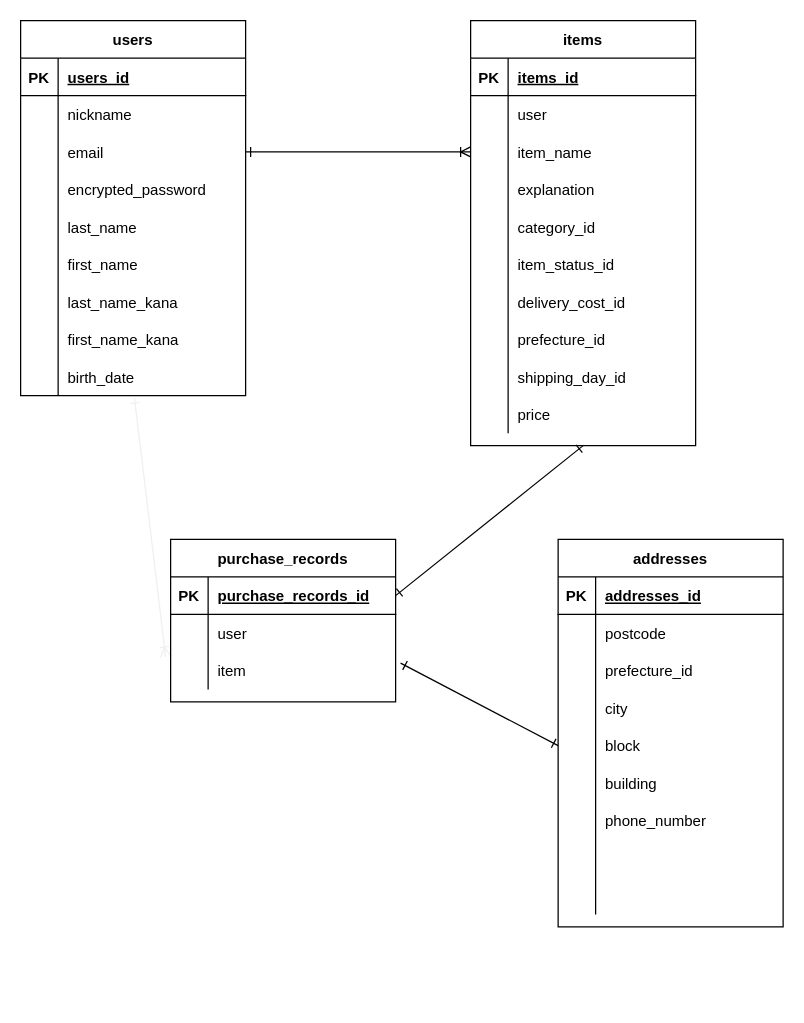
The draw.io diagram db/test.dio in yuka2875/furima-36473, before the edit. Source tidied: cells renumbered, new cells numbered last; positions are measured from the earlier drawing's top-left corner, leaving out a move shared by most shapes. Both pictures are drawn from the tidied source at 125%, with x=0, y=0 at pixel (20, 20).
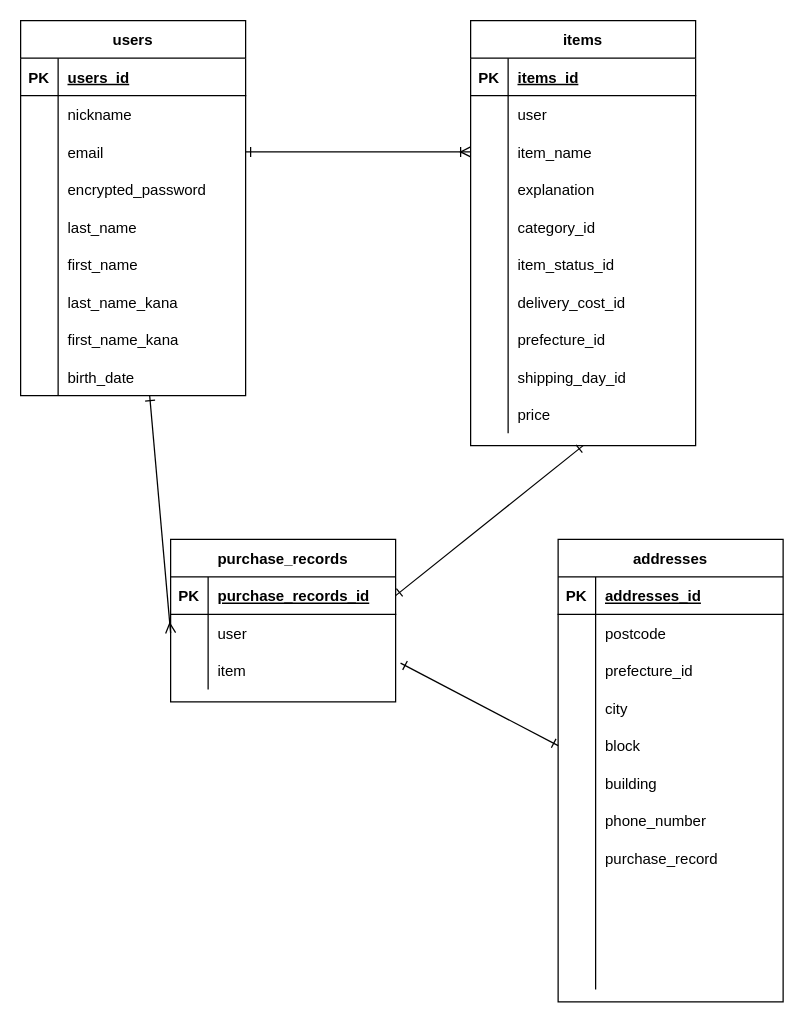
The same page after the edit.

Unchanged cells that the change refers to:
```xml
<mxCell id="3" value="users" style="shape=table;startSize=30;childLayout=tableLayout;rowLines=0;fontStyle=1;align=center;" parent="1" vertex="1">
  <mxGeometry width="180" height="300" as="geometry" />
</mxCell>
<mxCell id="28" style="shape=partialRectangle;fillColor=none;top=0;left=0;bottom=0;right=0;points=[[0,0.5],[1,0.5]];portConstraint=eastwest;" parent="3" vertex="1">
  <mxGeometry y="270" width="180" height="30" as="geometry" />
</mxCell>
<mxCell id="66" style="shape=partialRectangle;fillColor=none;top=0;left=0;bottom=0;right=0;points=[[0,0.5],[1,0.5]];portConstraint=eastwest;" parent="62" vertex="1">
  <mxGeometry y="60" width="180" height="30" as="geometry" />
</mxCell>
<mxCell id="69" style="shape=partialRectangle;fillColor=none;top=0;left=0;bottom=0;right=0;points=[[0,0.5],[1,0.5]];portConstraint=eastwest;" parent="62" vertex="1">
  <mxGeometry y="90" width="180" height="30" as="geometry" />
</mxCell>
```

What changed in the source:
```diff
@@
-    <mxCell id="2" style="edgeStyle=none;html=1;entryX=-0.022;entryY=0.133;entryDx=0;entryDy=0;strokeColor=#f0f0f0;endArrow=ERoneToMany;endFill=0;exitX=0.506;exitY=1.067;exitDx=0;exitDy=0;exitPerimeter=0;startArrow=ERone;startFill=0;entryPerimeter=0;" parent="1" edge="1" source="28" target="69">
-      <mxGeometry relative="1" as="geometry" />
-    </mxCell>
+    <mxCell id="103" style="edgeStyle=none;html=1;entryX=0;entryY=0.5;entryDx=0;entryDy=0;startArrow=ERone;startFill=0;endArrow=ERmany;endFill=0;labelBorderColor=none;" parent="1" edge="1" source="3" target="66">
+      <mxGeometry relative="1" as="geometry" />
+    </mxCell>
@@
     <mxCell id="74" value="addresses" style="shape=table;startSize=30;childLayout=tableLayout;rowLines=0;fontStyle=1;align=center;" parent="1" vertex="1">
-      <mxGeometry x="430" y="415" width="180" height="310" as="geometry" />
+      <mxGeometry x="430" y="415" width="180" height="370" as="geometry" />
     </mxCell>
@@
+    <mxCell id="104" style="shape=partialRectangle;fillColor=none;top=0;left=0;bottom=0;right=0;" parent="74" vertex="1">
+      <mxGeometry y="240" width="180" height="30" as="geometry" />
+    </mxCell>
+    <mxCell id="105" style="shape=partialRectangle;fillColor=none;top=0;left=0;bottom=0;right=0;overflow=hidden;" parent="104" vertex="1">
+      <mxGeometry width="30" height="30" as="geometry" />
+    </mxCell>
+    <mxCell id="106" value="purchase_record" style="shape=partialRectangle;fillColor=none;top=0;left=0;bottom=0;right=0;align=left;spacingLeft=6;overflow=hidden;" parent="104" vertex="1">
+      <mxGeometry x="30" width="150" height="30" as="geometry" />
+    </mxCell>
+    <mxCell id="107" style="shape=partialRectangle;fillColor=none;top=0;left=0;bottom=0;right=0;" parent="74" vertex="1">
+      <mxGeometry y="270" width="180" height="30" as="geometry" />
+    </mxCell>
+    <mxCell id="108" style="shape=partialRectangle;fillColor=none;top=0;left=0;bottom=0;right=0;overflow=hidden;" parent="107" vertex="1">
+      <mxGeometry width="30" height="30" as="geometry" />
+    </mxCell>
+    <mxCell id="109" style="shape=partialRectangle;fillColor=none;top=0;left=0;bottom=0;right=0;align=left;spacingLeft=6;overflow=hidden;" parent="107" vertex="1">
+      <mxGeometry x="30" width="150" height="30" as="geometry" />
+    </mxCell>
     <mxCell id="96" style="shape=partialRectangle;fillColor=none;top=0;left=0;bottom=0;right=0;" parent="74" vertex="1">
-      <mxGeometry y="240" width="180" height="30" as="geometry" />
+      <mxGeometry y="300" width="180" height="30" as="geometry" />
     </mxCell>
@@
     <mxCell id="99" style="shape=partialRectangle;fillColor=none;top=0;left=0;bottom=0;right=0;" parent="74" vertex="1">
-      <mxGeometry y="270" width="180" height="30" as="geometry" />
+      <mxGeometry y="330" width="180" height="30" as="geometry" />
     </mxCell>
```
